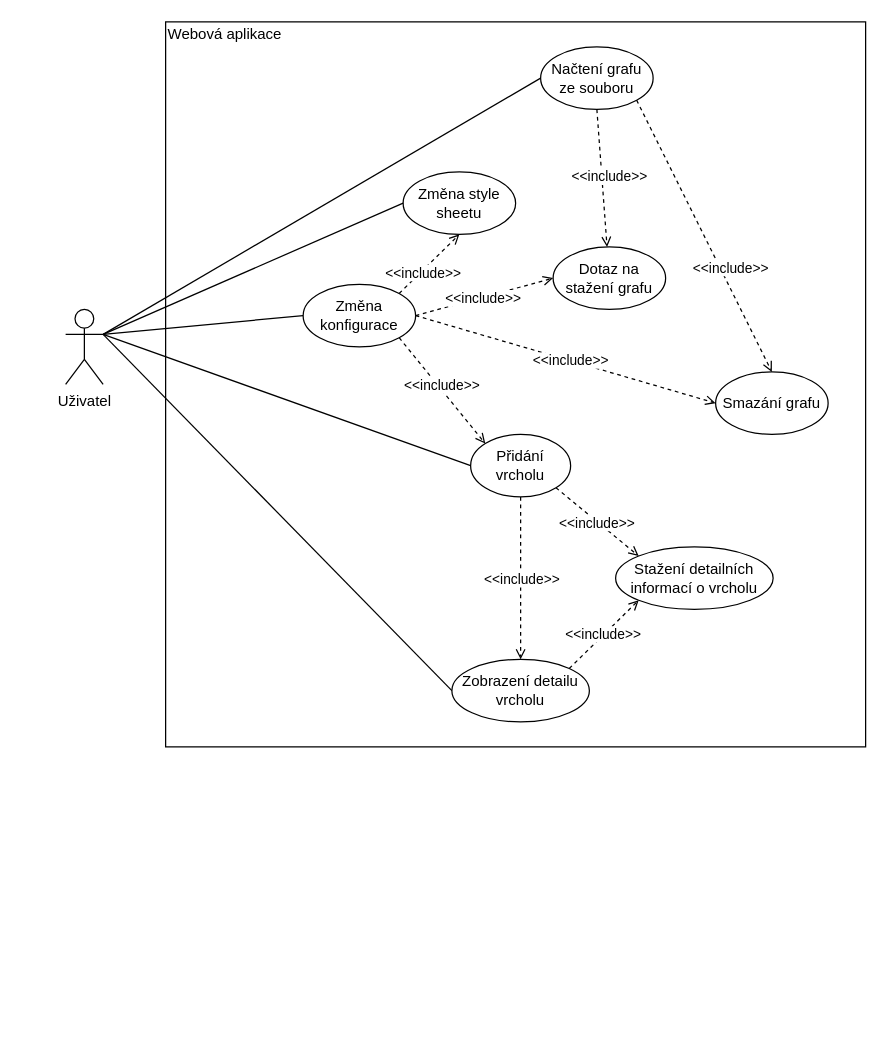
The draw.io diagram media/use-case.drawio in sstenchlak/bachelor-thesis, before the edit. Source tidied: cells renumbered, new cells numbered last; positions are measured from the earlier drawing's top-left corner, leaving out a move shared by most shapes. Both pictures are drawn from the tidied source at 125%, with x=0, y=0 at pixel (65, 21).
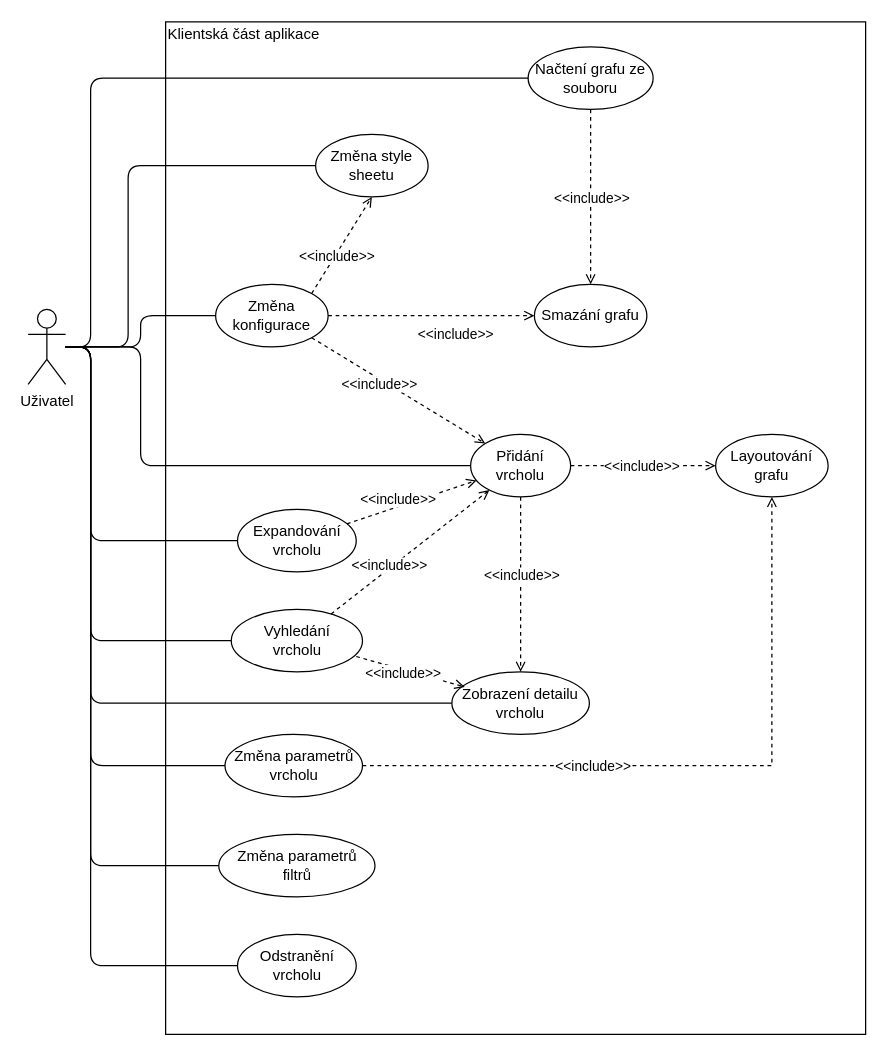
After the change.

The change refers to these unchanged cells:
```xml
<mxCell id="11" value="Přidání vrcholu" style="ellipse;whiteSpace=wrap;html=1;fontFamily=CMU Sans Serif Roman;" parent="1" vertex="1">
  <mxGeometry x="324" y="330" width="80" height="50" as="geometry" />
</mxCell>
```

What changed in the source:
```diff
@@
     <mxCell id="2" style="rounded=0;whiteSpace=wrap;html=1;fontFamily=CMU Sans Serif Roman;" parent="1" vertex="1">
-      <mxGeometry x="80" width="560" height="580" as="geometry" />
+      <mxGeometry x="80" width="560" height="810" as="geometry" />
     </mxCell>
-    <mxCell id="3" value="Dotaz na stažení grafu" style="ellipse;whiteSpace=wrap;html=1;fontFamily=CMU Sans Serif Roman;" parent="1" vertex="1">
-      <mxGeometry x="390" y="180" width="90" height="50" as="geometry" />
-    </mxCell>
     <mxCell id="4" value="Načtení grafu ze souboru" style="ellipse;whiteSpace=wrap;html=1;fontFamily=CMU Sans Serif Roman;" parent="1" vertex="1">
-      <mxGeometry x="380" y="20" width="90" height="50" as="geometry" />
+      <mxGeometry x="370" y="20" width="100" height="50" as="geometry" />
     </mxCell>
@@
     <mxCell id="9" value="Změna konfigurace" style="ellipse;whiteSpace=wrap;html=1;fontFamily=CMU Sans Serif Roman;" parent="1" vertex="1">
-      <mxGeometry x="190" y="210" width="90" height="50" as="geometry" />
+      <mxGeometry x="120" y="210" width="90" height="50" as="geometry" />
     </mxCell>
     <mxCell id="10" value="Změna style sheetu" style="ellipse;whiteSpace=wrap;html=1;fontFamily=CMU Sans Serif Roman;" parent="1" vertex="1">
-      <mxGeometry x="270" y="120" width="90" height="50" as="geometry" />
+      <mxGeometry x="200" y="90" width="90" height="50" as="geometry" />
     </mxCell>
@@
-    <mxCell id="12" value="Stažení detailních informací o vrcholu" style="ellipse;whiteSpace=wrap;html=1;fontFamily=CMU Sans Serif Roman;" parent="1" vertex="1">
-      <mxGeometry x="440" y="420" width="126" height="50" as="geometry" />
-    </mxCell>
     <mxCell id="13" value="Zobrazení detailu vrcholu" style="ellipse;whiteSpace=wrap;html=1;fontFamily=CMU Sans Serif Roman;" parent="1" vertex="1">
-      <mxGeometry x="309" y="510" width="110" height="50" as="geometry" />
+      <mxGeometry x="309" y="520" width="110" height="50" as="geometry" />
     </mxCell>
     <mxCell id="14" value="Smazání grafu" style="ellipse;whiteSpace=wrap;html=1;fontFamily=CMU Sans Serif Roman;" parent="1" vertex="1">
-      <mxGeometry x="520" y="280" width="90" height="50" as="geometry" />
+      <mxGeometry x="375" y="210" width="90" height="50" as="geometry" />
     </mxCell>
+    <mxCell id="30" style="edgeStyle=orthogonalEdgeStyle;rounded=1;jettySize=auto;html=1;fontFamily=CMU Sans Serif Roman;endArrow=none;endFill=0;" parent="1" edge="1" source="18" target="4">
+      <mxGeometry relative="1" as="geometry">
+        <Array as="points">
+          <mxPoint x="20" y="260" />
+          <mxPoint x="20" y="45" />
+        </Array>
+      </mxGeometry>
+    </mxCell>
+    <mxCell id="16" style="edgeStyle=orthogonalEdgeStyle;rounded=1;jettySize=auto;html=1;endArrow=none;endFill=0;fontFamily=CMU Sans Serif Roman;" parent="1" edge="1" source="18" target="10">
+      <mxGeometry relative="1" as="geometry">
+        <Array as="points">
+          <mxPoint x="50" y="260" />
+          <mxPoint x="50" y="115" />
+        </Array>
+      </mxGeometry>
+    </mxCell>
-    <mxCell id="15" style="rounded=0;jettySize=auto;html=1;exitX=1;exitY=0.3333333333333333;exitDx=0;exitDy=0;exitPerimeter=0;entryX=0;entryY=0.5;entryDx=0;entryDy=0;endArrow=none;endFill=0;fontFamily=CMU Sans Serif Roman;" parent="1" edge="1" source="18" target="9">
+    <mxCell id="15" style="edgeStyle=orthogonalEdgeStyle;rounded=1;jettySize=auto;html=1;endArrow=none;endFill=0;fontFamily=CMU Sans Serif Roman;" parent="1" edge="1" source="18" target="9">
       <mxGeometry relative="1" as="geometry" />
     </mxCell>
-    <mxCell id="16" style="edgeStyle=none;rounded=0;jettySize=auto;html=1;exitX=1;exitY=0.3333333333333333;exitDx=0;exitDy=0;exitPerimeter=0;entryX=0;entryY=0.5;entryDx=0;entryDy=0;endArrow=none;endFill=0;fontFamily=CMU Sans Serif Roman;" parent="1" edge="1" source="18" target="10">
-      <mxGeometry relative="1" as="geometry" />
-    </mxCell>
-    <mxCell id="17" style="edgeStyle=none;rounded=0;jettySize=auto;html=1;exitX=1;exitY=0.3333333333333333;exitDx=0;exitDy=0;exitPerimeter=0;entryX=0;entryY=0.5;entryDx=0;entryDy=0;endArrow=none;endFill=0;fontFamily=CMU Sans Serif Roman;" parent="1" edge="1" source="18" target="11">
-      <mxGeometry relative="1" as="geometry" />
+    <mxCell id="17" style="edgeStyle=orthogonalEdgeStyle;rounded=1;jettySize=auto;html=1;endArrow=none;endFill=0;fontFamily=CMU Sans Serif Roman;" parent="1" edge="1" source="18" target="11">
+      <mxGeometry relative="1" as="geometry">
+        <Array as="points">
+          <mxPoint x="60" y="260" />
+          <mxPoint x="60" y="355" />
+        </Array>
+      </mxGeometry>
     </mxCell>
+    <mxCell id="36" style="edgeStyle=orthogonalEdgeStyle;rounded=1;jettySize=auto;html=1;endArrow=none;endFill=0;fontFamily=CMU Sans Serif Roman;" parent="1" edge="1" source="18" target="42">
+      <mxGeometry relative="1" as="geometry">
+        <Array as="points">
+          <mxPoint x="20" y="260" />
+          <mxPoint x="20" y="415" />
+        </Array>
+      </mxGeometry>
+    </mxCell>
+    <mxCell id="37" style="edgeStyle=orthogonalEdgeStyle;rounded=1;jettySize=auto;html=1;endArrow=none;endFill=0;fontFamily=CMU Sans Serif Roman;" parent="1" edge="1" source="18" target="45">
+      <mxGeometry relative="1" as="geometry">
+        <Array as="points">
+          <mxPoint x="20" y="260" />
+          <mxPoint x="20" y="495" />
+        </Array>
+      </mxGeometry>
+    </mxCell>
+    <mxCell id="38" style="edgeStyle=orthogonalEdgeStyle;rounded=1;jettySize=auto;html=1;endArrow=none;endFill=0;fontFamily=CMU Sans Serif Roman;" parent="1" edge="1" source="18" target="41">
+      <mxGeometry relative="1" as="geometry">
+        <Array as="points">
+          <mxPoint x="20" y="260" />
+          <mxPoint x="20" y="595" />
+        </Array>
+      </mxGeometry>
+    </mxCell>
+    <mxCell id="39" style="edgeStyle=orthogonalEdgeStyle;rounded=1;jettySize=auto;html=1;endArrow=none;endFill=0;fontFamily=CMU Sans Serif Roman;" parent="1" edge="1" source="18" target="46">
+      <mxGeometry relative="1" as="geometry">
+        <Array as="points">
+          <mxPoint x="20" y="260" />
+          <mxPoint x="20" y="675" />
+        </Array>
+      </mxGeometry>
+    </mxCell>
+    <mxCell id="40" style="edgeStyle=orthogonalEdgeStyle;rounded=1;jettySize=auto;html=1;endArrow=none;endFill=0;fontFamily=CMU Sans Serif Roman;" parent="1" edge="1" source="18" target="47">
+      <mxGeometry relative="1" as="geometry">
+        <Array as="points">
+          <mxPoint x="20" y="260" />
+          <mxPoint x="20" y="755" />
+        </Array>
+      </mxGeometry>
+    </mxCell>
+    <mxCell id="23" style="edgeStyle=orthogonalEdgeStyle;rounded=1;jettySize=auto;html=1;endArrow=none;endFill=0;fontFamily=CMU Sans Serif Roman;" parent="1" edge="1" source="18" target="13">
+      <mxGeometry relative="1" as="geometry">
+        <Array as="points">
+          <mxPoint x="20" y="260" />
+          <mxPoint x="20" y="545" />
+        </Array>
+      </mxGeometry>
+    </mxCell>
     <mxCell id="18" value="Uživatel" style="shape=umlActor;verticalLabelPosition=bottom;verticalAlign=top;html=1;outlineConnect=0;fontFamily=CMU Sans Serif Roman;" parent="1" vertex="1">
-      <mxGeometry y="230" width="30" height="60" as="geometry" />
+      <mxGeometry x="-30" y="230" width="30" height="60" as="geometry" />
     </mxCell>
@@
-    <mxCell id="21" style="edgeStyle=none;rounded=0;jettySize=auto;html=1;exitX=1;exitY=1;exitDx=0;exitDy=0;entryX=0;entryY=0;entryDx=0;entryDy=0;endArrow=open;endFill=0;dashed=1;fontFamily=CMU Sans Serif Roman;" parent="1" edge="1" source="11" target="12">
-      <mxGeometry relative="1" as="geometry" />
-    </mxCell>
-    <mxCell id="22" value="&amp;lt;&amp;lt;include&amp;gt;&amp;gt;" style="edgeLabel;html=1;align=center;verticalAlign=middle;fontFamily=CMU Sans Serif Roman;" parent="21" vertex="1">
-      <mxGeometry x="-0.4" y="1" relative="1" as="geometry">
-        <mxPoint x="11.6" y="12.4" as="offset" />
-      </mxGeometry>
-    </mxCell>
-    <mxCell id="23" style="edgeStyle=none;rounded=0;jettySize=auto;html=1;entryX=0;entryY=0.5;entryDx=0;entryDy=0;endArrow=none;endFill=0;exitX=1;exitY=0.3333333333333333;exitDx=0;exitDy=0;exitPerimeter=0;fontFamily=CMU Sans Serif Roman;" parent="1" edge="1" source="18" target="13">
-      <mxGeometry relative="1" as="geometry" />
-    </mxCell>
-    <mxCell id="24" style="edgeStyle=none;rounded=0;jettySize=auto;html=1;exitX=0.5;exitY=1;exitDx=0;exitDy=0;entryX=0.5;entryY=0;entryDx=0;entryDy=0;endArrow=open;endFill=0;dashed=1;fontFamily=CMU Sans Serif Roman;" parent="1" edge="1" source="11" target="13">
-      <mxGeometry relative="1" as="geometry" />
-    </mxCell>
-    <mxCell id="25" value="&amp;lt;&amp;lt;include&amp;gt;&amp;gt;" style="edgeLabel;html=1;align=center;verticalAlign=middle;fontFamily=CMU Sans Serif Roman;" parent="24" vertex="1">
-      <mxGeometry x="-0.4" y="1" relative="1" as="geometry">
-        <mxPoint x="-1" y="26" as="offset" />
-      </mxGeometry>
-    </mxCell>
-    <mxCell id="26" style="edgeStyle=none;rounded=0;jettySize=auto;html=1;exitX=1;exitY=0;exitDx=0;exitDy=0;entryX=0;entryY=1;entryDx=0;entryDy=0;endArrow=open;endFill=0;dashed=1;fontFamily=CMU Sans Serif Roman;" parent="1" edge="1" source="13" target="12">
-      <mxGeometry relative="1" as="geometry" />
-    </mxCell>
-    <mxCell id="27" value="&amp;lt;&amp;lt;include&amp;gt;&amp;gt;" style="edgeLabel;html=1;align=center;verticalAlign=middle;fontFamily=CMU Sans Serif Roman;" parent="26" vertex="1">
-      <mxGeometry x="-0.4" y="1" relative="1" as="geometry">
-        <mxPoint x="11.4" y="-10.5" as="offset" />
-      </mxGeometry>
-    </mxCell>
-    <mxCell id="28" style="edgeStyle=none;rounded=0;jettySize=auto;html=1;exitX=1;exitY=1;exitDx=0;exitDy=0;entryX=0.5;entryY=0;entryDx=0;entryDy=0;endArrow=open;endFill=0;dashed=1;fontFamily=CMU Sans Serif Roman;" parent="1" edge="1" source="4" target="14">
+    <mxCell id="28" style="edgeStyle=none;rounded=0;jettySize=auto;html=1;exitX=0.5;exitY=1;exitDx=0;exitDy=0;entryX=0.5;entryY=0;entryDx=0;entryDy=0;endArrow=open;endFill=0;dashed=1;fontFamily=CMU Sans Serif Roman;" parent="1" edge="1" source="4" target="14">
       <mxGeometry relative="1" as="geometry" />
     </mxCell>
     <mxCell id="29" value="&amp;lt;&amp;lt;include&amp;gt;&amp;gt;" style="edgeLabel;html=1;align=center;verticalAlign=middle;fontFamily=CMU Sans Serif Roman;" parent="28" vertex="1">
       <mxGeometry x="-0.22" y="-2" relative="1" as="geometry">
-        <mxPoint x="33.8" y="48.2" as="offset" />
+        <mxPoint x="2.2" y="15.1" as="offset" />
       </mxGeometry>
     </mxCell>
-    <mxCell id="30" style="edgeStyle=none;rounded=0;jettySize=auto;html=1;exitX=1;exitY=0.3333333333333333;exitDx=0;exitDy=0;exitPerimeter=0;entryX=0;entryY=0.5;entryDx=0;entryDy=0;endArrow=none;endFill=0;fontFamily=CMU Sans Serif Roman;" parent="1" edge="1" source="18" target="4">
-      <mxGeometry relative="1" as="geometry" />
-    </mxCell>
-    <mxCell id="31" style="edgeStyle=none;rounded=0;jettySize=auto;html=1;exitX=0.5;exitY=1;exitDx=0;exitDy=0;endArrow=open;endFill=0;dashed=1;fontFamily=CMU Sans Serif Roman;" parent="1" edge="1" source="4" target="3">
-      <mxGeometry relative="1" as="geometry" />
-    </mxCell>
-    <mxCell id="32" value="&amp;lt;&amp;lt;include&amp;gt;&amp;gt;" style="edgeLabel;html=1;align=center;verticalAlign=middle;fontFamily=CMU Sans Serif Roman;" parent="31" vertex="1">
-      <mxGeometry x="-0.22" y="-2" relative="1" as="geometry">
-        <mxPoint x="8.4" y="10.3" as="offset" />
-      </mxGeometry>
-    </mxCell>
-    <mxCell id="33" style="edgeStyle=none;rounded=0;jettySize=auto;html=1;exitX=1;exitY=0.5;exitDx=0;exitDy=0;entryX=0;entryY=0.5;entryDx=0;entryDy=0;endArrow=open;endFill=0;dashed=1;fontFamily=CMU Sans Serif Roman;" parent="1" edge="1" source="9" target="3">
-      <mxGeometry relative="1" as="geometry" />
-    </mxCell>
-    <mxCell id="34" value="&amp;lt;&amp;lt;include&amp;gt;&amp;gt;" style="edgeLabel;html=1;align=center;verticalAlign=middle;fontFamily=CMU Sans Serif Roman;" parent="33" vertex="1">
-      <mxGeometry x="-0.22" y="-2" relative="1" as="geometry">
-        <mxPoint x="10.1" y="-5.1" as="offset" />
-      </mxGeometry>
-    </mxCell>
-    <mxCell id="35" value="Webová aplikace" style="text;html=1;strokeColor=none;fillColor=none;align=left;verticalAlign=middle;whiteSpace=wrap;rounded=0;fontFamily=CMU Sans Serif Roman;" parent="1" vertex="1">
+    <mxCell id="35" value="Klientská část aplikace" style="text;html=1;strokeColor=none;fillColor=none;align=left;verticalAlign=middle;whiteSpace=wrap;rounded=0;fontFamily=CMU Sans Serif Roman;" parent="1" vertex="1">
       <mxGeometry x="80" width="150" height="20" as="geometry" />
     </mxCell>
+    <mxCell id="41" value="Změna parametrů&lt;br&gt;vrcholu" style="ellipse;whiteSpace=wrap;html=1;fontFamily=CMU Sans Serif Roman;" parent="1" vertex="1">
+      <mxGeometry x="127.5" y="570" width="110" height="50" as="geometry" />
+    </mxCell>
+    <mxCell id="42" value="Expandování&lt;br&gt;vrcholu" style="ellipse;whiteSpace=wrap;html=1;fontFamily=CMU Sans Serif Roman;" parent="1" vertex="1">
+      <mxGeometry x="137.5" y="390" width="95" height="50" as="geometry" />
+    </mxCell>
+    <mxCell id="43" style="edgeStyle=none;rounded=0;jettySize=auto;html=1;endArrow=open;endFill=0;dashed=1;fontFamily=CMU Sans Serif Roman;" parent="1" edge="1" source="42" target="11">
+      <mxGeometry relative="1" as="geometry" />
+    </mxCell>
+    <mxCell id="44" value="&amp;lt;&amp;lt;include&amp;gt;&amp;gt;" style="edgeLabel;html=1;align=center;verticalAlign=middle;fontFamily=CMU Sans Serif Roman;" parent="43" vertex="1">
+      <mxGeometry x="-0.4" y="1" relative="1" as="geometry">
+        <mxPoint x="9.1" y="-9" as="offset" />
+      </mxGeometry>
+    </mxCell>
+    <mxCell id="45" value="Vyhledání&lt;br&gt;vrcholu" style="ellipse;whiteSpace=wrap;html=1;fontFamily=CMU Sans Serif Roman;" parent="1" vertex="1">
+      <mxGeometry x="132.5" y="470" width="105" height="50" as="geometry" />
+    </mxCell>
+    <mxCell id="46" value="Změna parametrů&lt;br&gt;filtrů" style="ellipse;whiteSpace=wrap;html=1;fontFamily=CMU Sans Serif Roman;" parent="1" vertex="1">
+      <mxGeometry x="122.5" y="650" width="125" height="50" as="geometry" />
+    </mxCell>
+    <mxCell id="47" value="Odstranění&lt;br&gt;vrcholu" style="ellipse;whiteSpace=wrap;html=1;fontFamily=CMU Sans Serif Roman;" parent="1" vertex="1">
+      <mxGeometry x="137.5" y="730" width="95" height="50" as="geometry" />
+    </mxCell>
+    <mxCell id="48" value="Layoutování&lt;br&gt;grafu" style="ellipse;whiteSpace=wrap;html=1;fontFamily=CMU Sans Serif Roman;" parent="1" vertex="1">
+      <mxGeometry x="520" y="330" width="90" height="50" as="geometry" />
+    </mxCell>
+    <mxCell id="49" style="edgeStyle=none;rounded=0;jettySize=auto;html=1;exitX=1;exitY=0.5;exitDx=0;exitDy=0;endArrow=open;endFill=0;dashed=1;fontFamily=CMU Sans Serif Roman;" parent="1" edge="1" source="11" target="48">
+      <mxGeometry relative="1" as="geometry" />
+    </mxCell>
+    <mxCell id="50" value="&amp;lt;&amp;lt;include&amp;gt;&amp;gt;" style="edgeLabel;html=1;align=center;verticalAlign=middle;fontFamily=CMU Sans Serif Roman;" parent="49" vertex="1">
+      <mxGeometry x="-0.4" y="1" relative="1" as="geometry">
+        <mxPoint x="21.2" y="1" as="offset" />
+      </mxGeometry>
+    </mxCell>
+    <mxCell id="51" style="edgeStyle=orthogonalEdgeStyle;rounded=0;jettySize=auto;html=1;exitX=1;exitY=0.5;exitDx=0;exitDy=0;endArrow=open;endFill=0;dashed=1;fontFamily=CMU Sans Serif Roman;entryX=0.5;entryY=1;entryDx=0;entryDy=0;" parent="1" edge="1" source="41" target="48">
+      <mxGeometry relative="1" as="geometry" />
+    </mxCell>
+    <mxCell id="52" value="&amp;lt;&amp;lt;include&amp;gt;&amp;gt;" style="edgeLabel;html=1;align=center;verticalAlign=middle;fontFamily=CMU Sans Serif Roman;" parent="51" vertex="1">
+      <mxGeometry x="-0.4" y="1" relative="1" as="geometry">
+        <mxPoint x="21.2" y="1" as="offset" />
+      </mxGeometry>
+    </mxCell>
+    <mxCell id="53" style="edgeStyle=none;rounded=0;jettySize=auto;html=1;endArrow=open;endFill=0;dashed=1;fontFamily=CMU Sans Serif Roman;" parent="1" edge="1" source="45" target="11">
+      <mxGeometry relative="1" as="geometry" />
+    </mxCell>
+    <mxCell id="54" value="&amp;lt;&amp;lt;include&amp;gt;&amp;gt;" style="edgeLabel;html=1;align=center;verticalAlign=middle;fontFamily=CMU Sans Serif Roman;" parent="53" vertex="1">
+      <mxGeometry x="-0.4" y="1" relative="1" as="geometry">
+        <mxPoint x="9.1" y="-9" as="offset" />
+      </mxGeometry>
+    </mxCell>
+    <mxCell id="24" style="edgeStyle=none;rounded=0;jettySize=auto;html=1;endArrow=open;endFill=0;dashed=1;fontFamily=CMU Sans Serif Roman;" parent="1" edge="1" source="11" target="13">
+      <mxGeometry relative="1" as="geometry" />
+    </mxCell>
+    <mxCell id="55" value="&amp;lt;&amp;lt;include&amp;gt;&amp;gt;" style="edgeLabel;html=1;align=center;verticalAlign=middle;fontFamily=CMU Sans Serif Roman;" parent="24" vertex="1">
+      <mxGeometry x="-0.4" y="1" relative="1" as="geometry">
+        <mxPoint x="-1" y="20.6" as="offset" />
+      </mxGeometry>
+    </mxCell>
+    <mxCell id="56" style="edgeStyle=none;rounded=0;orthogonalLoop=1;jettySize=auto;html=1;endArrow=open;endFill=0;dashed=1;fontFamily=CMU Sans Serif Roman;" parent="1" edge="1">
+      <mxGeometry relative="1" as="geometry">
+        <mxPoint x="232.5" y="507.7" as="sourcePoint" />
+        <mxPoint x="319.3" y="532" as="targetPoint" />
+      </mxGeometry>
+    </mxCell>
+    <mxCell id="57" value="&amp;lt;&amp;lt;include&amp;gt;&amp;gt;" style="edgeLabel;html=1;align=center;verticalAlign=middle;fontFamily=CMU Sans Serif Roman;" parent="56" vertex="1">
+      <mxGeometry x="-0.4" y="1" relative="1" as="geometry">
+        <mxPoint x="11.1" y="6" as="offset" />
+      </mxGeometry>
+    </mxCell>
```
